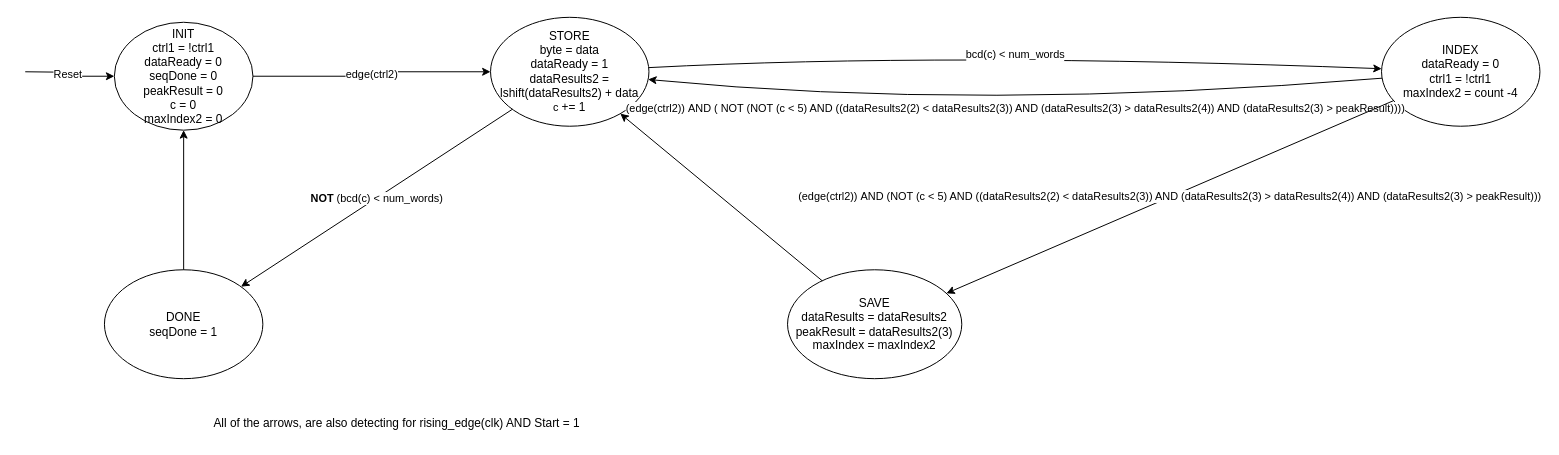
Earlier version of the draw.io diagram FSM.drawio (OscarHdez103/DigProjFSM). Source tidied: cells renumbered, new cells numbered last; positions are measured from the earlier drawing's top-left corner, leaving out a move shared by most shapes. Both pictures are drawn from the tidied source at 99%, with x=0, y=0 at pixel (25, 17).
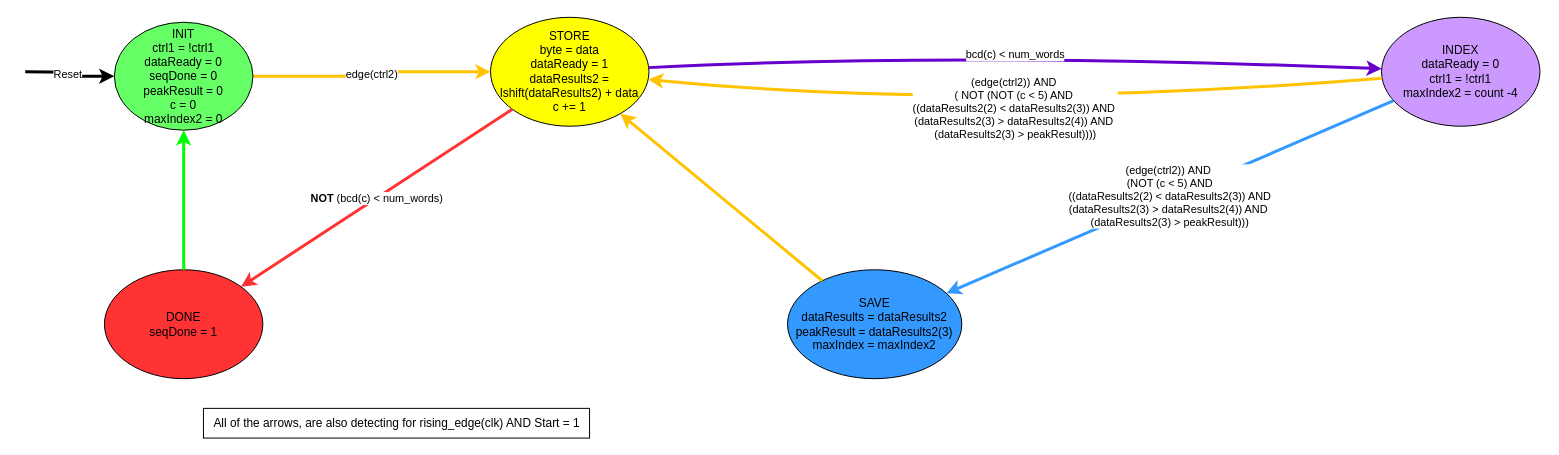
The same page after the edit.

The edit, as a diff of the source:
```diff
@@
-    <mxCell id="2" value="edge(ctrl2)" style="edgeStyle=orthogonalEdgeStyle;rounded=0;jettySize=auto;html=1;" parent="1" edge="1" source="3" target="4">
+    <mxCell id="2" value="edge(ctrl2)" style="edgeStyle=orthogonalEdgeStyle;rounded=0;jettySize=auto;html=1;strokeColor=#FFC300;strokeWidth=3;" parent="1" edge="1" source="3" target="4">
       <mxGeometry relative="1" as="geometry" />
     </mxCell>
-    <mxCell id="3" value="INIT&lt;div&gt;ctrl1 = !ctrl1&lt;/div&gt;&lt;div&gt;dataReady = 0&lt;/div&gt;&lt;div&gt;seqDone = 0&lt;/div&gt;&lt;div&gt;peakResult = 0&lt;/div&gt;&lt;div&gt;c = 0&lt;/div&gt;&lt;div&gt;maxIndex2 = 0&lt;/div&gt;" style="ellipse;whiteSpace=wrap;html=1;" parent="1" vertex="1">
+    <mxCell id="3" value="INIT&lt;div&gt;ctrl1 = !ctrl1&lt;/div&gt;&lt;div&gt;dataReady = 0&lt;/div&gt;&lt;div&gt;seqDone = 0&lt;/div&gt;&lt;div&gt;peakResult = 0&lt;/div&gt;&lt;div&gt;c = 0&lt;/div&gt;&lt;div&gt;maxIndex2 = 0&lt;/div&gt;" style="ellipse;whiteSpace=wrap;html=1;fillColor=#66FF66;" parent="1" vertex="1">
       <mxGeometry x="90" y="5" width="140" height="109" as="geometry" />
     </mxCell>
-    <mxCell id="4" value="&lt;div&gt;STORE&lt;/div&gt;&lt;div&gt;byte = data&lt;/div&gt;&lt;div&gt;dataReady = 1&lt;/div&gt;&lt;div&gt;dataResults2 = lshift(dataResults2) + data&lt;/div&gt;&lt;div&gt;&lt;span style=&quot;background-color: rgb(255, 255, 255); font-size: 11px; text-wrap: nowrap;&quot;&gt;c&amp;nbsp;&lt;/span&gt;+= 1&lt;/div&gt;" style="ellipse;whiteSpace=wrap;html=1;" parent="1" vertex="1">
+    <mxCell id="4" value="&lt;div&gt;STORE&lt;/div&gt;&lt;div&gt;byte = data&lt;/div&gt;&lt;div&gt;dataReady = 1&lt;/div&gt;&lt;div&gt;dataResults2 = lshift(dataResults2) + data&lt;/div&gt;&lt;div&gt;&lt;span style=&quot;background-color: initial;&quot;&gt;c += 1&lt;/span&gt;&lt;/div&gt;" style="ellipse;whiteSpace=wrap;html=1;fillColor=#FFFF00;" parent="1" vertex="1">
       <mxGeometry x="470" width="160" height="110" as="geometry" />
     </mxCell>
-    <mxCell id="5" value="&lt;div&gt;&lt;span style=&quot;background-color: initial;&quot;&gt;INDEX&lt;/span&gt;&lt;/div&gt;&lt;div&gt;&lt;span style=&quot;background-color: initial;&quot;&gt;dataReady = 0&lt;/span&gt;&lt;br&gt;&lt;/div&gt;&lt;div&gt;ctrl1 = !ctrl1&lt;/div&gt;&lt;div&gt;maxIndex2 = count -4&lt;/div&gt;" style="ellipse;whiteSpace=wrap;html=1;" parent="1" vertex="1">
+    <mxCell id="5" value="&lt;div&gt;&lt;span style=&quot;background-color: initial;&quot;&gt;INDEX&lt;/span&gt;&lt;/div&gt;&lt;div&gt;&lt;span style=&quot;background-color: initial;&quot;&gt;dataReady = 0&lt;/span&gt;&lt;br&gt;&lt;/div&gt;&lt;div&gt;ctrl1 = !ctrl1&lt;/div&gt;&lt;div&gt;maxIndex2 = count -4&lt;/div&gt;" style="ellipse;whiteSpace=wrap;html=1;fillColor=#CC99FF;" parent="1" vertex="1">
       <mxGeometry x="1370" width="160" height="110" as="geometry" />
     </mxCell>
-    <mxCell id="6" value="(edge(ctrl2))&amp;nbsp;AND ( NOT (NOT (c &amp;lt; 5) AND ((dataResults2(2) &amp;lt; dataResults2(3)) AND (dataResults2(3) &amp;gt; dataResults2(4)) AND (dataResults2(3) &amp;gt; peakResult))))" style="curved=1;endArrow=classic;html=1;rounded=0;" parent="1" edge="1" source="5" target="4">
+    <mxCell id="6" value="(edge(ctrl2))&amp;nbsp;AND&amp;nbsp;&lt;div&gt;( NOT (NOT (c &amp;lt; 5) AND&amp;nbsp;&lt;/div&gt;&lt;div&gt;((dataResults2(2) &amp;lt; dataResults2(3)) AND&amp;nbsp;&lt;/div&gt;&lt;div&gt;(dataResults2(3) &amp;gt; dataResults2(4)) AND&amp;nbsp;&lt;/div&gt;&lt;div&gt;(dataResults2(3) &amp;gt; peakResult))))&lt;/div&gt;" style="curved=1;endArrow=classic;html=1;rounded=0;strokeColor=#FFC300;strokeWidth=3;" parent="1" edge="1" source="5" target="4">
       <mxGeometry relative="1" as="geometry">
         <Array as="points">
           <mxPoint x="960" y="95" />
         </Array>
       </mxGeometry>
     </mxCell>
-    <mxCell id="7" value="bcd(c) &lt; num_words" style="curved=1;endArrow=classic;html=1;rounded=0;" parent="1" edge="1" source="4" target="5">
+    <mxCell id="7" value="bcd(c) &lt; num_words" style="curved=1;endArrow=classic;html=1;rounded=0;strokeColor=#6600CC;strokeWidth=3;" parent="1" edge="1" source="4" target="5">
       <mxGeometry relative="1" as="geometry">
         <Array as="points">
           <mxPoint x="930" y="35" />
         </Array>
       </mxGeometry>
     </mxCell>
-    <mxCell id="8" value="&lt;div&gt;SAVE&lt;/div&gt;&lt;div&gt;dataResults = dataResults2&lt;/div&gt;&lt;div&gt;&lt;span style=&quot;background-color: initial;&quot;&gt;peakResult = dataResults2(3)&lt;/span&gt;&lt;br&gt;&lt;/div&gt;&lt;div&gt;&lt;div&gt;maxIndex = maxIndex2&lt;/div&gt;&lt;/div&gt;" style="ellipse;whiteSpace=wrap;html=1;" parent="1" vertex="1">
+    <mxCell id="8" value="&lt;div&gt;SAVE&lt;/div&gt;&lt;div&gt;dataResults = dataResults2&lt;/div&gt;&lt;div&gt;&lt;span style=&quot;background-color: initial;&quot;&gt;peakResult = dataResults2(3)&lt;/span&gt;&lt;br&gt;&lt;/div&gt;&lt;div&gt;&lt;div&gt;maxIndex = maxIndex2&lt;/div&gt;&lt;/div&gt;" style="ellipse;whiteSpace=wrap;html=1;fillColor=#3399FF;" parent="1" vertex="1">
       <mxGeometry x="770" y="255" width="176" height="110" as="geometry" />
     </mxCell>
-    <mxCell id="9" value="&lt;div&gt;(edge(ctrl2))&amp;nbsp;AND (NOT (c &amp;lt; 5) AND ((dataResults2(2) &amp;lt; dataResults2(3)) AND (dataResults2(3) &amp;gt; dataResults2(4)) AND (dataResults2(3) &amp;gt; peakResult)))&lt;br&gt;&lt;/div&gt;" style="endArrow=classic;html=1;rounded=0;" parent="1" edge="1" source="5" target="8">
+    <mxCell id="9" value="&lt;div&gt;(edge(ctrl2))&amp;nbsp;AND&amp;nbsp;&lt;/div&gt;&lt;div&gt;(NOT (c &amp;lt; 5) AND&lt;/div&gt;&lt;div&gt;&amp;nbsp;((dataResults2(2) &amp;lt; dataResults2(3)) AND&amp;nbsp;&lt;/div&gt;&lt;div&gt;(dataResults2(3) &amp;gt; dataResults2(4)) AND&amp;nbsp;&lt;/div&gt;&lt;div&gt;(dataResults2(3) &amp;gt; peakResult)))&lt;br&gt;&lt;/div&gt;" style="endArrow=classic;html=1;rounded=0;fillColor=#3399FF;strokeColor=#3399FF;strokeWidth=3;" parent="1" edge="1" source="5" target="8">
       <mxGeometry relative="1" as="geometry" />
     </mxCell>
-    <mxCell id="10" style="edgeStyle=orthogonalEdgeStyle;rounded=0;jettySize=auto;html=1;entryX=0;entryY=0.5;entryDx=0;entryDy=0;" parent="1" edge="1" target="3">
+    <mxCell id="10" style="edgeStyle=orthogonalEdgeStyle;rounded=0;jettySize=auto;html=1;entryX=0;entryY=0.5;entryDx=0;entryDy=0;strokeWidth=3;" parent="1" edge="1" target="3">
       <mxGeometry relative="1" as="geometry">
         <mxPoint y="55" as="sourcePoint" />
       </mxGeometry>
     </mxCell>
@@
-    <mxCell id="12" value="&lt;div&gt;&lt;span style=&quot;background-color: initial;&quot;&gt;DONE&lt;/span&gt;&lt;/div&gt;&lt;div&gt;&lt;span style=&quot;background-color: initial;&quot;&gt;seqDone = 1&lt;/span&gt;&lt;br&gt;&lt;/div&gt;" style="ellipse;whiteSpace=wrap;html=1;" parent="1" vertex="1">
+    <mxCell id="12" value="&lt;div&gt;&lt;span style=&quot;background-color: initial;&quot;&gt;DONE&lt;/span&gt;&lt;/div&gt;&lt;div&gt;&lt;span style=&quot;background-color: initial;&quot;&gt;seqDone = 1&lt;/span&gt;&lt;br&gt;&lt;/div&gt;" style="ellipse;whiteSpace=wrap;html=1;fillColor=#FF3333;" parent="1" vertex="1">
       <mxGeometry x="80" y="255" width="160" height="110" as="geometry" />
     </mxCell>
-    <mxCell id="13" style="endArrow=classic;html=1;rounded=0;" parent="1" edge="1" source="12" target="3">
+    <mxCell id="13" style="endArrow=classic;html=1;rounded=0;strokeColor=#00FF00;strokeWidth=3;" parent="1" edge="1" source="12" target="3">
       <mxGeometry relative="1" as="geometry" />
     </mxCell>
-    <mxCell id="14" value="NOT &lt;span style=&quot;font-weight: normal;&quot;&gt;(&lt;/span&gt;&lt;span style=&quot;font-weight: 400;&quot;&gt;bcd(c) &amp;lt; num_words)&lt;/span&gt;" style="endArrow=classic;html=1;rounded=0;fontStyle=1;" parent="1" edge="1" source="4" target="12">
+    <mxCell id="14" value="NOT &lt;span style=&quot;font-weight: normal;&quot;&gt;(&lt;/span&gt;&lt;span style=&quot;font-weight: 400;&quot;&gt;bcd(c) &amp;lt; num_words)&lt;/span&gt;" style="endArrow=classic;html=1;rounded=0;fontStyle=1;strokeColor=#FF3333;strokeWidth=3;" parent="1" edge="1" source="4" target="12">
       <mxGeometry relative="1" as="geometry" />
     </mxCell>
-    <mxCell id="15" value="All of the arrows, are also detecting for rising_edge(clk) AND Start = 1" style="text;html=1;align=center;verticalAlign=middle;strokeColor=none;fillColor=none;" parent="1" vertex="1">
+    <mxCell id="15" value="All of the arrows, are also detecting for rising_edge(clk) AND Start = 1" style="text;html=1;align=center;verticalAlign=middle;strokeColor=#000000;fillColor=none;" parent="1" vertex="1">
       <mxGeometry x="180" y="395" width="390" height="30" as="geometry" />
     </mxCell>
-    <mxCell id="16" style="endArrow=classic;html=1;rounded=0;" parent="1" edge="1" source="8" target="4">
+    <mxCell id="16" style="endArrow=classic;html=1;rounded=0;strokeColor=#FFC300;strokeWidth=3;" parent="1" edge="1" source="8" target="4">
       <mxGeometry relative="1" as="geometry" />
     </mxCell>
```
